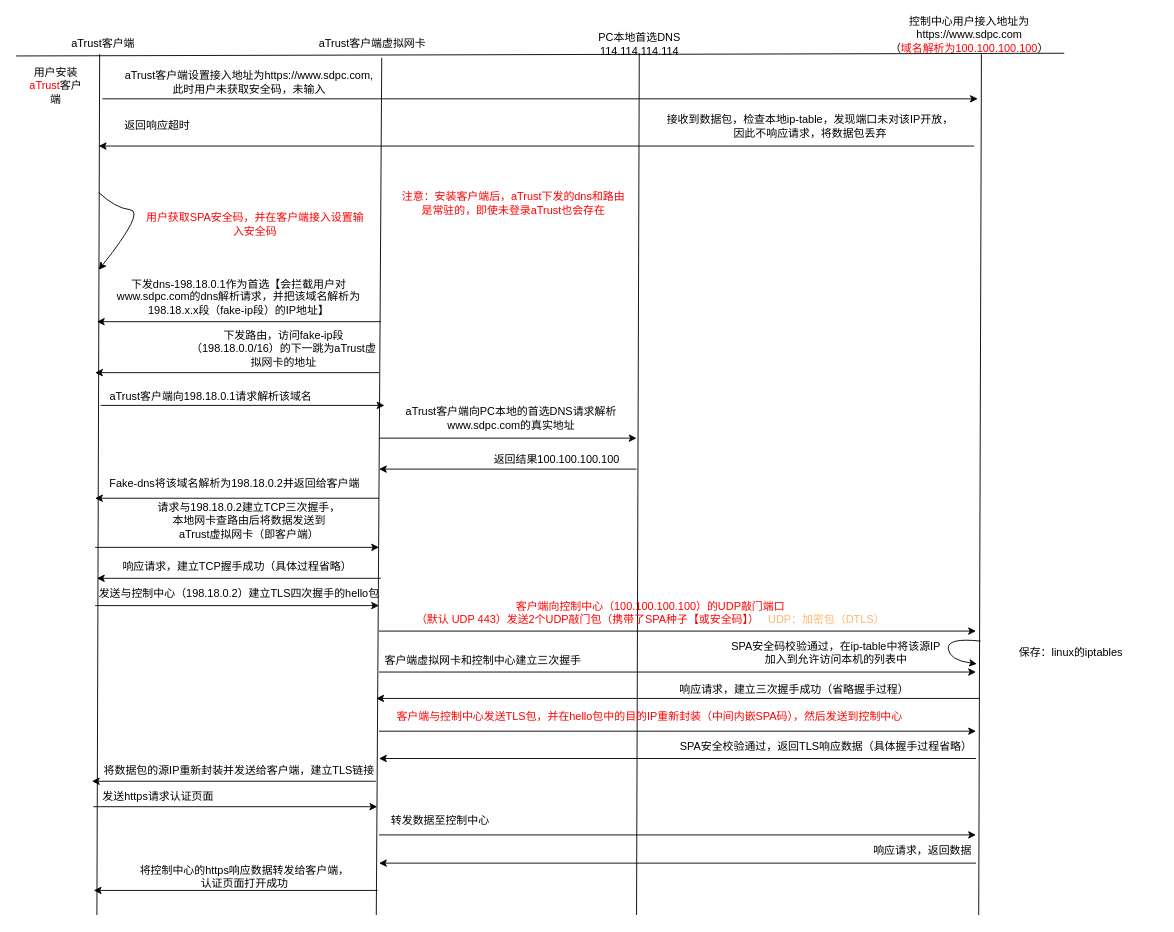
lixi47/java-- keeps this draw.io diagram as SPA----UDP敲门+TCP业 务隐身原理流程.drawio. Above is the earlier version. Source tidied: cells renumbered, new cells numbered last; positions are measured from the earlier drawing's top-left corner, leaving out a move shared by most shapes. Both pictures are drawn from the tidied source at 91%, with x=0, y=0 at pixel (15, 21).
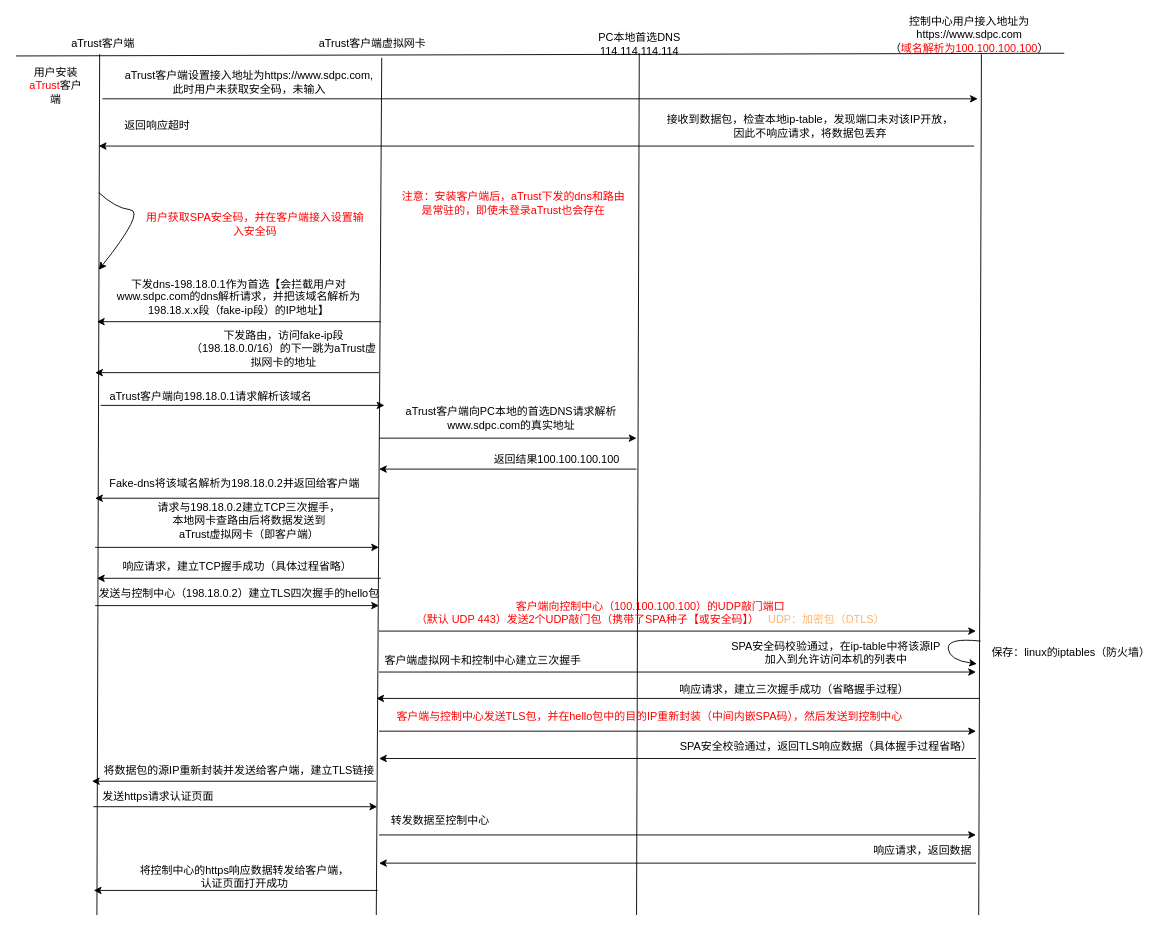
The same page after the edit.

Commit message:
更新SPA----UDP敲门+TCP业 务隐身原理流程.drawio

What changed in the source:
```diff
@@
-    <mxCell id="60" value="保存：linux的ip&lt;span style=&quot;background-color: transparent; color: light-dark(rgb(0, 0, 0), rgb(255, 255, 255));&quot;&gt;tables&lt;/span&gt;" style="text;html=1;align=center;verticalAlign=middle;strokeColor=none;fillColor=none;" parent="1" vertex="1">
-      <mxGeometry x="1093" y="680.5" width="132" height="26" as="geometry" />
+    <mxCell id="60" value="保存：linux的ip&lt;span style=&quot;background-color: transparent; color: light-dark(rgb(0, 0, 0), rgb(255, 255, 255));&quot;&gt;tables（防火墙）&lt;/span&gt;" style="text;html=1;align=center;verticalAlign=middle;strokeColor=none;fillColor=none;" parent="1" vertex="1">
+      <mxGeometry x="1063" y="680.5" width="192" height="26" as="geometry" />
     </mxCell>
```
